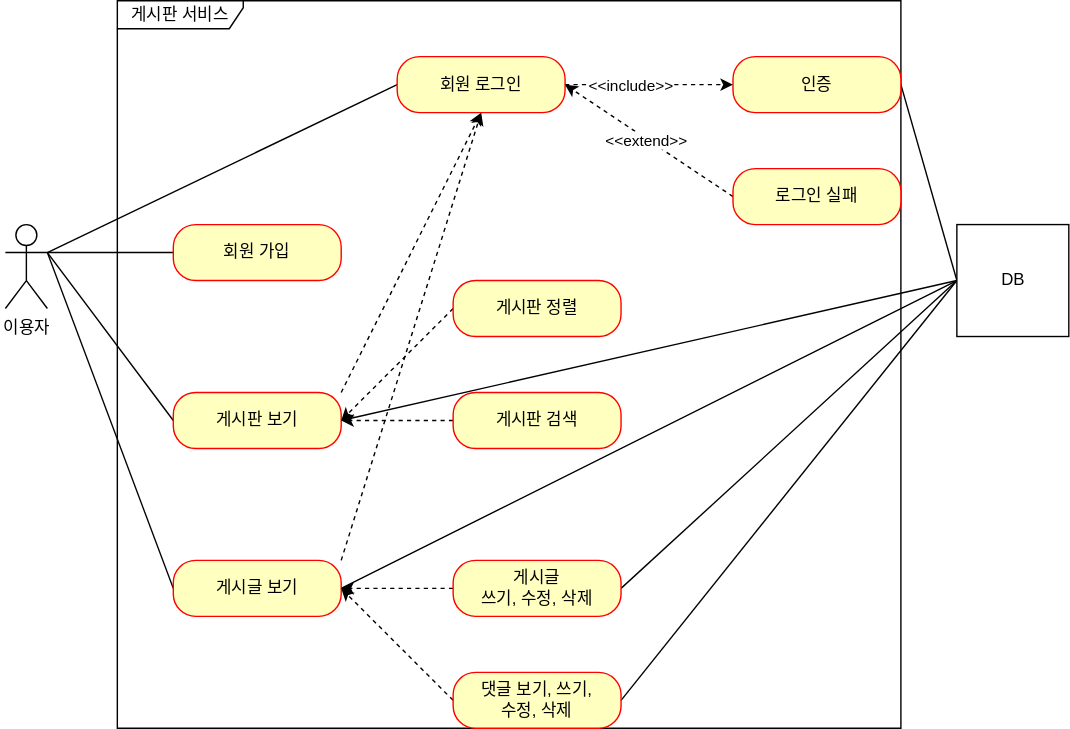
Earlier version of the draw.io export document/use-case.svg (cpwoo/ProjectBoard). Source tidied: cells renumbered, new cells last; positions are measured from the earlier drawing's top-left corner, leaving out a move shared by most shapes.
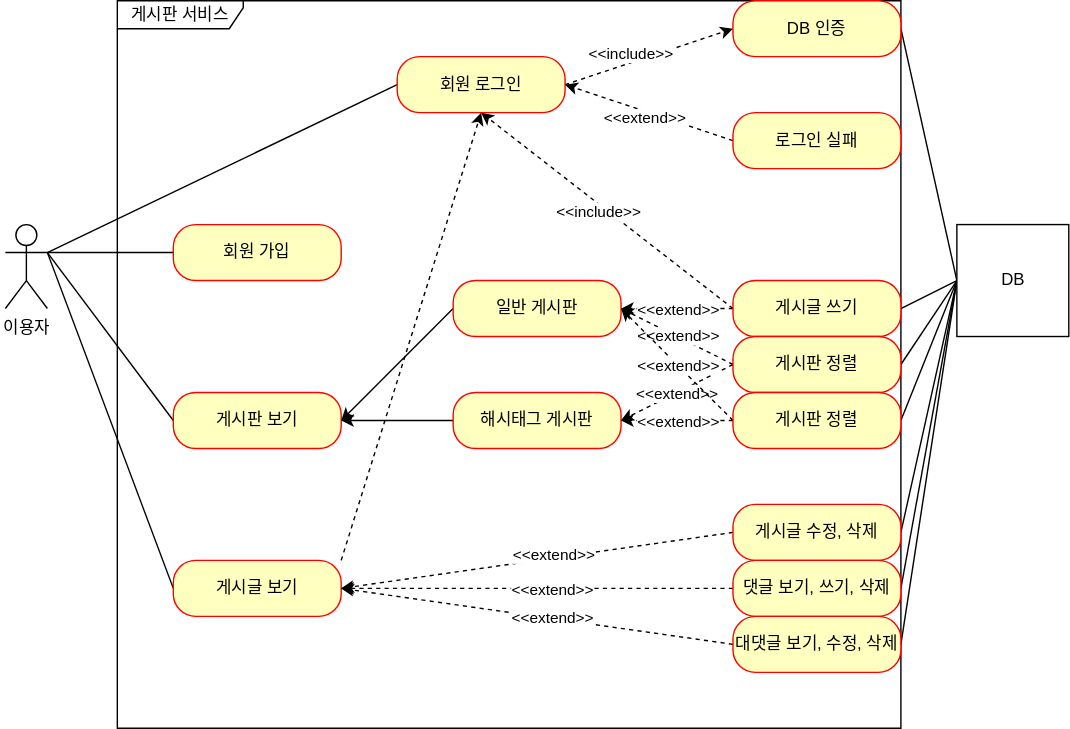
The same file after the commit.

Commit message:
#52 - use-case.svg: 현재 서비스 상황에 맞춰 업데이트

Change to the diagram source:
```diff
@@ -17,12 +17,6 @@
     <mxCell id="6" style="edgeStyle=none;rounded=0;jettySize=auto;html=1;exitX=0;exitY=0.5;exitDx=0;exitDy=0;endArrow=none;endFill=0;entryX=1;entryY=0.3333333333333333;entryDx=0;entryDy=0;entryPerimeter=0;" parent="1" edge="1" source="9" target="2">
       <mxGeometry relative="1" as="geometry" />
     </mxCell>
-    <mxCell id="7" style="edgeStyle=none;rounded=0;jettySize=auto;html=1;exitX=1;exitY=0;exitDx=0;exitDy=0;dashed=1;endArrow=classic;endFill=1;entryX=0.5;entryY=1;entryDx=0;entryDy=0;" parent="1" edge="1" source="9" target="19">
-      <mxGeometry relative="1" as="geometry" />
-    </mxCell>
-    <mxCell id="8" style="edgeStyle=none;rounded=0;jettySize=auto;html=1;exitX=1;exitY=0.5;exitDx=0;exitDy=0;entryX=0;entryY=0.5;entryDx=0;entryDy=0;endArrow=none;endFill=0;" parent="1" edge="1" source="9" target="33">
-      <mxGeometry relative="1" as="geometry" />
-    </mxCell>
     <mxCell id="9" value="게시판 보기" style="rounded=1;whiteSpace=wrap;html=1;arcSize=40;fontColor=#000000;fillColor=#ffffc0;strokeColor=#ff0000;" parent="1" vertex="1">
       <mxGeometry x="120" y="280" width="120" height="40" as="geometry" />
     </mxCell>
@@ -32,19 +26,14 @@
     <mxCell id="11" style="edgeStyle=none;rounded=0;jettySize=auto;html=1;exitX=1;exitY=0;exitDx=0;exitDy=0;entryX=0.5;entryY=1;entryDx=0;entryDy=0;dashed=1;endArrow=classic;endFill=1;" parent="1" edge="1" source="13" target="19">
       <mxGeometry relative="1" as="geometry" />
     </mxCell>
-    <mxCell id="12" style="edgeStyle=none;rounded=0;jettySize=auto;html=1;exitX=1;exitY=0.5;exitDx=0;exitDy=0;endArrow=none;endFill=0;" parent="1" edge="1" source="13">
-      <mxGeometry relative="1" as="geometry">
-        <mxPoint x="680" y="200" as="targetPoint" />
-      </mxGeometry>
-    </mxCell>
     <mxCell id="13" value="게시글 보기" style="rounded=1;whiteSpace=wrap;html=1;arcSize=40;fontColor=#000000;fillColor=#ffffc0;strokeColor=#ff0000;" parent="1" vertex="1">
       <mxGeometry x="120" y="400" width="120" height="40" as="geometry" />
     </mxCell>
     <mxCell id="14" style="edgeStyle=none;rounded=0;jettySize=auto;html=1;exitX=1;exitY=0.5;exitDx=0;exitDy=0;entryX=0;entryY=0.5;entryDx=0;entryDy=0;endArrow=none;endFill=0;" parent="1" edge="1" source="15" target="33">
       <mxGeometry relative="1" as="geometry" />
     </mxCell>
-    <mxCell id="15" value="인증" style="rounded=1;whiteSpace=wrap;html=1;arcSize=40;fontColor=#000000;fillColor=#ffffc0;strokeColor=#ff0000;" parent="1" vertex="1">
-      <mxGeometry x="520" y="40" width="120" height="40" as="geometry" />
+    <mxCell id="15" value="DB 인증" style="rounded=1;whiteSpace=wrap;html=1;arcSize=40;fontColor=#000000;fillColor=#ffffc0;strokeColor=#ff0000;" parent="1" vertex="1">
+      <mxGeometry x="520" width="120" height="40" as="geometry" />
     </mxCell>
     <mxCell id="16" style="edgeStyle=none;rounded=0;jettySize=auto;html=1;exitX=0;exitY=0.5;exitDx=0;exitDy=0;endArrow=none;endFill=0;entryX=1;entryY=0.3333333333333333;entryDx=0;entryDy=0;entryPerimeter=0;" parent="1" edge="1" source="19" target="2">
       <mxGeometry relative="1" as="geometry" />
@@ -69,42 +58,124 @@
       </mxGeometry>
     </mxCell>
     <mxCell id="22" value="로그인 실패" style="rounded=1;whiteSpace=wrap;html=1;arcSize=40;fontColor=#000000;fillColor=#ffffc0;strokeColor=#ff0000;" parent="1" vertex="1">
-      <mxGeometry x="520" y="120" width="120" height="40" as="geometry" />
+      <mxGeometry x="520" y="80" width="120" height="40" as="geometry" />
     </mxCell>
-    <mxCell id="23" style="edgeStyle=none;rounded=0;jettySize=auto;html=1;exitX=0;exitY=0.5;exitDx=0;exitDy=0;entryX=1;entryY=0.5;entryDx=0;entryDy=0;dashed=1;endArrow=classic;endFill=1;" parent="1" edge="1" source="24" target="9">
+    <mxCell id="23" style="edgeStyle=none;rounded=0;jettySize=auto;html=1;exitX=0;exitY=0.5;exitDx=0;exitDy=0;entryX=1;entryY=0.5;entryDx=0;entryDy=0;endArrow=classic;endFill=1;" parent="1" edge="1" source="24" target="9">
       <mxGeometry relative="1" as="geometry" />
     </mxCell>
-    <mxCell id="24" value="게시판 검색" style="rounded=1;whiteSpace=wrap;html=1;arcSize=40;fontColor=#000000;fillColor=#ffffc0;strokeColor=#ff0000;" parent="1" vertex="1">
+    <mxCell id="24" value="해시태그 게시판" style="rounded=1;whiteSpace=wrap;html=1;arcSize=40;fontColor=#000000;fillColor=#ffffc0;strokeColor=#ff0000;" parent="1" vertex="1">
       <mxGeometry x="320" y="280" width="120" height="40" as="geometry" />
     </mxCell>
-    <mxCell id="25" style="edgeStyle=none;rounded=0;jettySize=auto;html=1;exitX=0;exitY=0.5;exitDx=0;exitDy=0;entryX=1;entryY=0.5;entryDx=0;entryDy=0;dashed=1;endArrow=classic;endFill=1;" parent="1" edge="1" source="26" target="9">
+    <mxCell id="25" style="edgeStyle=none;rounded=0;jettySize=auto;html=1;exitX=0;exitY=0.5;exitDx=0;exitDy=0;entryX=1;entryY=0.5;entryDx=0;entryDy=0;endArrow=classic;endFill=1;" parent="1" edge="1" source="26" target="9">
       <mxGeometry relative="1" as="geometry" />
     </mxCell>
-    <mxCell id="26" value="게시판 정렬" style="rounded=1;whiteSpace=wrap;html=1;arcSize=40;fontColor=#000000;fillColor=#ffffc0;strokeColor=#ff0000;" parent="1" vertex="1">
+    <mxCell id="26" value="일반 게시판" style="rounded=1;whiteSpace=wrap;html=1;arcSize=40;fontColor=#000000;fillColor=#ffffc0;strokeColor=#ff0000;" parent="1" vertex="1">
       <mxGeometry x="320" y="200" width="120" height="40" as="geometry" />
     </mxCell>
-    <mxCell id="27" style="edgeStyle=none;rounded=0;jettySize=auto;html=1;exitX=0;exitY=0.5;exitDx=0;exitDy=0;entryX=1;entryY=0.5;entryDx=0;entryDy=0;dashed=1;endArrow=classic;endFill=1;" parent="1" edge="1" source="29" target="13">
-      <mxGeometry relative="1" as="geometry" />
-    </mxCell>
-    <mxCell id="28" style="edgeStyle=none;rounded=0;jettySize=auto;html=1;exitX=1;exitY=0.5;exitDx=0;exitDy=0;endArrow=none;endFill=0;" parent="1" edge="1" source="29">
-      <mxGeometry relative="1" as="geometry">
-        <mxPoint x="680" y="200" as="targetPoint" />
-      </mxGeometry>
-    </mxCell>
-    <mxCell id="29" value="댓글 보기, 쓰기,&lt;br&gt;수정, 삭제" style="rounded=1;whiteSpace=wrap;html=1;arcSize=40;fontColor=#000000;fillColor=#ffffc0;strokeColor=#ff0000;" parent="1" vertex="1">
-      <mxGeometry x="320" y="480" width="120" height="40" as="geometry" />
-    </mxCell>
-    <mxCell id="30" style="edgeStyle=none;rounded=0;jettySize=auto;html=1;exitX=0;exitY=0.5;exitDx=0;exitDy=0;entryX=1;entryY=0.5;entryDx=0;entryDy=0;dashed=1;endArrow=classic;endFill=1;" parent="1" edge="1" source="32" target="13">
-      <mxGeometry relative="1" as="geometry" />
-    </mxCell>
-    <mxCell id="31" style="edgeStyle=none;rounded=0;jettySize=auto;html=1;exitX=1;exitY=0.5;exitDx=0;exitDy=0;entryX=0;entryY=0.5;entryDx=0;entryDy=0;endArrow=none;endFill=0;" parent="1" edge="1" source="32" target="33">
-      <mxGeometry relative="1" as="geometry" />
-    </mxCell>
-    <mxCell id="32" value="게시글&lt;br&gt;쓰기, 수정, 삭제" style="rounded=1;whiteSpace=wrap;html=1;arcSize=40;fontColor=#000000;fillColor=#ffffc0;strokeColor=#ff0000;" parent="1" vertex="1">
-      <mxGeometry x="320" y="400" width="120" height="40" as="geometry" />
-    </mxCell>
+    <mxCell id="34" style="edgeStyle=none;rounded=0;jettySize=auto;html=1;exitX=0;exitY=0.5;exitDx=0;exitDy=0;entryX=1;entryY=0.5;entryDx=0;entryDy=0;endArrow=none;endFill=0;" parent="1" edge="1" source="33" target="44">
+      <mxGeometry relative="1" as="geometry" />
+    </mxCell>
+    <mxCell id="35" style="edgeStyle=none;rounded=0;jettySize=auto;html=1;exitX=0;exitY=0.5;exitDx=0;exitDy=0;entryX=1;entryY=0.5;entryDx=0;entryDy=0;endArrow=none;endFill=0;" parent="1" edge="1" source="33" target="49">
+      <mxGeometry relative="1" as="geometry" />
+    </mxCell>
+    <mxCell id="36" style="edgeStyle=none;rounded=0;jettySize=auto;html=1;exitX=0;exitY=0.5;exitDx=0;exitDy=0;entryX=1;entryY=0.5;entryDx=0;entryDy=0;endArrow=none;endFill=0;" parent="1" edge="1" source="33" target="61">
+      <mxGeometry relative="1" as="geometry" />
+    </mxCell>
+    <mxCell id="37" style="edgeStyle=none;rounded=0;jettySize=auto;html=1;exitX=0;exitY=0.5;exitDx=0;exitDy=0;entryX=1;entryY=0.5;entryDx=0;entryDy=0;endArrow=none;endFill=0;" parent="1" edge="1" source="33" target="52">
+      <mxGeometry relative="1" as="geometry" />
+    </mxCell>
+    <mxCell id="38" style="edgeStyle=none;rounded=0;jettySize=auto;html=1;exitX=0;exitY=0.5;exitDx=0;exitDy=0;entryX=1;entryY=0.5;entryDx=0;entryDy=0;endArrow=none;endFill=0;" parent="1" edge="1" source="33" target="54">
+      <mxGeometry relative="1" as="geometry" />
+    </mxCell>
+    <mxCell id="39" style="edgeStyle=none;rounded=0;jettySize=auto;html=1;exitX=0;exitY=0.5;exitDx=0;exitDy=0;entryX=1;entryY=0.5;entryDx=0;entryDy=0;endArrow=none;endFill=0;" parent="1" edge="1" source="33" target="56">
+      <mxGeometry relative="1" as="geometry" />
+    </mxCell>
     <mxCell id="33" value="DB" style="html=1;" parent="1" vertex="1">
       <mxGeometry x="680" y="160" width="80" height="80" as="geometry" />
     </mxCell>
+    <mxCell id="40" style="edgeStyle=none;rounded=0;jettySize=auto;html=1;exitX=0;exitY=0.5;exitDx=0;exitDy=0;endArrow=classic;endFill=1;dashed=1;" parent="1" edge="1" source="44" target="26">
+      <mxGeometry relative="1" as="geometry" />
+    </mxCell>
+    <mxCell id="41" value="&amp;lt;&amp;lt;extend&amp;gt;&amp;gt;" style="edgeLabel;html=1;align=center;verticalAlign=middle;" parent="40" vertex="1">
+      <mxGeometry x="-0.36" y="-1" relative="1" as="geometry">
+        <mxPoint x="-14" y="1" as="offset" />
+      </mxGeometry>
+    </mxCell>
+    <mxCell id="42" style="edgeStyle=none;rounded=0;jettySize=auto;html=1;exitX=0;exitY=0.5;exitDx=0;exitDy=0;entryX=0.5;entryY=1;entryDx=0;entryDy=0;dashed=1;endArrow=classic;endFill=1;" parent="1" edge="1" source="44" target="19">
+      <mxGeometry relative="1" as="geometry" />
+    </mxCell>
+    <mxCell id="43" value="&amp;lt;&amp;lt;include&amp;gt;&amp;gt;" style="edgeLabel;html=1;align=center;verticalAlign=middle;" parent="42" vertex="1">
+      <mxGeometry x="0.1" y="-4" relative="1" as="geometry">
+        <mxPoint y="10" as="offset" />
+      </mxGeometry>
+    </mxCell>
+    <mxCell id="44" value="게시글 쓰기" style="rounded=1;whiteSpace=wrap;html=1;arcSize=40;fontColor=#000000;fillColor=#ffffc0;strokeColor=#ff0000;" parent="1" vertex="1">
+      <mxGeometry x="520" y="200" width="120" height="40" as="geometry" />
+    </mxCell>
+    <mxCell id="45" style="edgeStyle=none;rounded=0;jettySize=auto;html=1;exitX=0;exitY=0.5;exitDx=0;exitDy=0;entryX=1;entryY=0.5;entryDx=0;entryDy=0;dashed=1;endArrow=classic;endFill=1;" parent="1" edge="1" source="49" target="26">
+      <mxGeometry relative="1" as="geometry" />
+    </mxCell>
+    <mxCell id="46" value="&amp;lt;&amp;lt;extend&amp;gt;&amp;gt;" style="edgeLabel;html=1;align=center;verticalAlign=middle;" parent="45" vertex="1">
+      <mxGeometry x="-0.25" y="-1" relative="1" as="geometry">
+        <mxPoint x="-10" y="-4" as="offset" />
+      </mxGeometry>
+    </mxCell>
+    <mxCell id="47" style="edgeStyle=none;rounded=0;jettySize=auto;html=1;exitX=0;exitY=0.5;exitDx=0;exitDy=0;entryX=1;entryY=0.5;entryDx=0;entryDy=0;dashed=1;endArrow=classic;endFill=1;" parent="1" edge="1" source="49" target="24">
+      <mxGeometry relative="1" as="geometry" />
+    </mxCell>
+    <mxCell id="48" value="&amp;lt;&amp;lt;extend&amp;gt;&amp;gt;" style="edgeLabel;html=1;align=center;verticalAlign=middle;" parent="47" vertex="1">
+      <mxGeometry x="-0.33" y="3" relative="1" as="geometry">
+        <mxPoint x="-15" y="4" as="offset" />
+      </mxGeometry>
+    </mxCell>
+    <mxCell id="49" value="게시판 정렬" style="rounded=1;whiteSpace=wrap;html=1;arcSize=40;fontColor=#000000;fillColor=#ffffc0;strokeColor=#ff0000;" parent="1" vertex="1">
+      <mxGeometry x="520" y="240" width="120" height="40" as="geometry" />
+    </mxCell>
+    <mxCell id="50" style="edgeStyle=none;rounded=0;jettySize=auto;html=1;exitX=0;exitY=0.5;exitDx=0;exitDy=0;entryX=1;entryY=0.5;entryDx=0;entryDy=0;dashed=1;endArrow=classic;endFill=1;" parent="1" edge="1" source="52" target="13">
+      <mxGeometry relative="1" as="geometry" />
+    </mxCell>
+    <mxCell id="51" value="&amp;lt;&amp;lt;extend&amp;gt;&amp;gt;" style="edgeLabel;html=1;align=center;verticalAlign=middle;" parent="50" vertex="1">
+      <mxGeometry x="-0.09" y="-3" relative="1" as="geometry" />
+    </mxCell>
+    <mxCell id="52" value="게시글 수정, 삭제" style="rounded=1;whiteSpace=wrap;html=1;arcSize=40;fontColor=#000000;fillColor=#ffffc0;strokeColor=#ff0000;" parent="1" vertex="1">
+      <mxGeometry x="520" y="360" width="120" height="40" as="geometry" />
+    </mxCell>
+    <mxCell id="53" style="edgeStyle=none;rounded=0;jettySize=auto;html=1;exitX=0;exitY=0.5;exitDx=0;exitDy=0;entryX=1;entryY=0.5;entryDx=0;entryDy=0;dashed=1;endArrow=classic;endFill=1;" parent="1" edge="1" source="54" target="13">
+      <mxGeometry relative="1" as="geometry" />
+    </mxCell>
+    <mxCell id="54" value="댓글 보기, 쓰기, 삭제" style="rounded=1;whiteSpace=wrap;html=1;arcSize=40;fontColor=#000000;fillColor=#ffffc0;strokeColor=#ff0000;" parent="1" vertex="1">
+      <mxGeometry x="520" y="400" width="120" height="40" as="geometry" />
+    </mxCell>
+    <mxCell id="55" style="edgeStyle=none;rounded=0;jettySize=auto;html=1;exitX=0;exitY=0.5;exitDx=0;exitDy=0;entryX=1;entryY=0.5;entryDx=0;entryDy=0;dashed=1;endArrow=classic;endFill=1;" parent="1" edge="1" source="56" target="13">
+      <mxGeometry relative="1" as="geometry" />
+    </mxCell>
+    <mxCell id="56" value="대댓글 보기, 수정, 삭제" style="rounded=1;whiteSpace=wrap;html=1;arcSize=40;fontColor=#000000;fillColor=#ffffc0;strokeColor=#ff0000;" parent="1" vertex="1">
+      <mxGeometry x="520" y="440" width="120" height="40" as="geometry" />
+    </mxCell>
+    <mxCell id="57" style="edgeStyle=none;rounded=0;jettySize=auto;html=1;exitX=0;exitY=0.5;exitDx=0;exitDy=0;entryX=1;entryY=0.5;entryDx=0;entryDy=0;dashed=1;endArrow=classic;endFill=1;" parent="1" edge="1" source="61" target="26">
+      <mxGeometry relative="1" as="geometry" />
+    </mxCell>
+    <mxCell id="58" value="&amp;lt;&amp;lt;extend&amp;gt;&amp;gt;" style="edgeLabel;html=1;align=center;verticalAlign=middle;" parent="57" vertex="1">
+      <mxGeometry x="-0.68" y="-3" relative="1" as="geometry">
+        <mxPoint x="-29" y="-25" as="offset" />
+      </mxGeometry>
+    </mxCell>
+    <mxCell id="59" style="edgeStyle=none;rounded=0;jettySize=auto;html=1;exitX=0;exitY=0.5;exitDx=0;exitDy=0;entryX=1;entryY=0.5;entryDx=0;entryDy=0;dashed=1;endArrow=classic;endFill=1;" parent="1" edge="1" source="61" target="24">
+      <mxGeometry relative="1" as="geometry" />
+    </mxCell>
+    <mxCell id="60" value="&amp;lt;&amp;lt;extend&amp;gt;&amp;gt;" style="edgeLabel;html=1;align=center;verticalAlign=middle;" parent="59" vertex="1">
+      <mxGeometry x="-0.28" y="-3" relative="1" as="geometry">
+        <mxPoint x="-11" y="3" as="offset" />
+      </mxGeometry>
+    </mxCell>
+    <mxCell id="61" value="게시판 정렬" style="rounded=1;whiteSpace=wrap;html=1;arcSize=40;fontColor=#000000;fillColor=#ffffc0;strokeColor=#ff0000;" parent="1" vertex="1">
+      <mxGeometry x="520" y="280" width="120" height="40" as="geometry" />
+    </mxCell>
+    <mxCell id="62" value="&amp;lt;&amp;lt;extend&amp;gt;&amp;gt;" style="edgeLabel;html=1;align=center;verticalAlign=middle;" parent="1" vertex="1">
+      <mxGeometry x="390" y="420" as="geometry" />
+    </mxCell>
+    <mxCell id="63" value="&amp;lt;&amp;lt;extend&amp;gt;&amp;gt;" style="edgeLabel;html=1;align=center;verticalAlign=middle;" parent="1" vertex="1">
+      <mxGeometry x="390" y="440" as="geometry" />
+    </mxCell>
   </root>
 </mxGraphModel>
```
